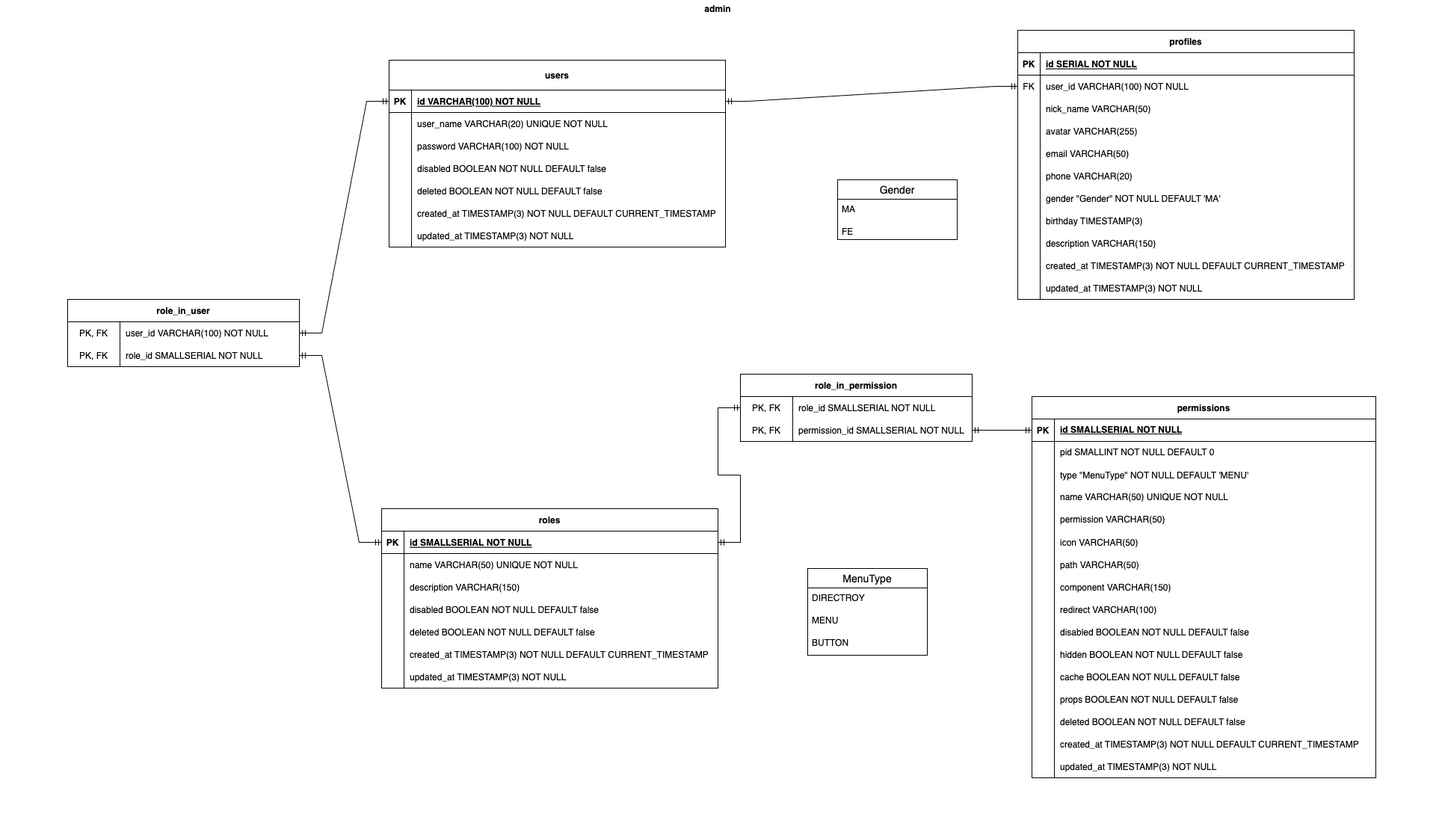
This is prisma/admin.drawio.png from wansongtao/pure-admin-backend, a draw.io export, as it was before one commit. Source tidied: cells renumbered, new cells last; positions are measured from the earlier drawing's top-left corner, leaving out a move shared by most shapes.
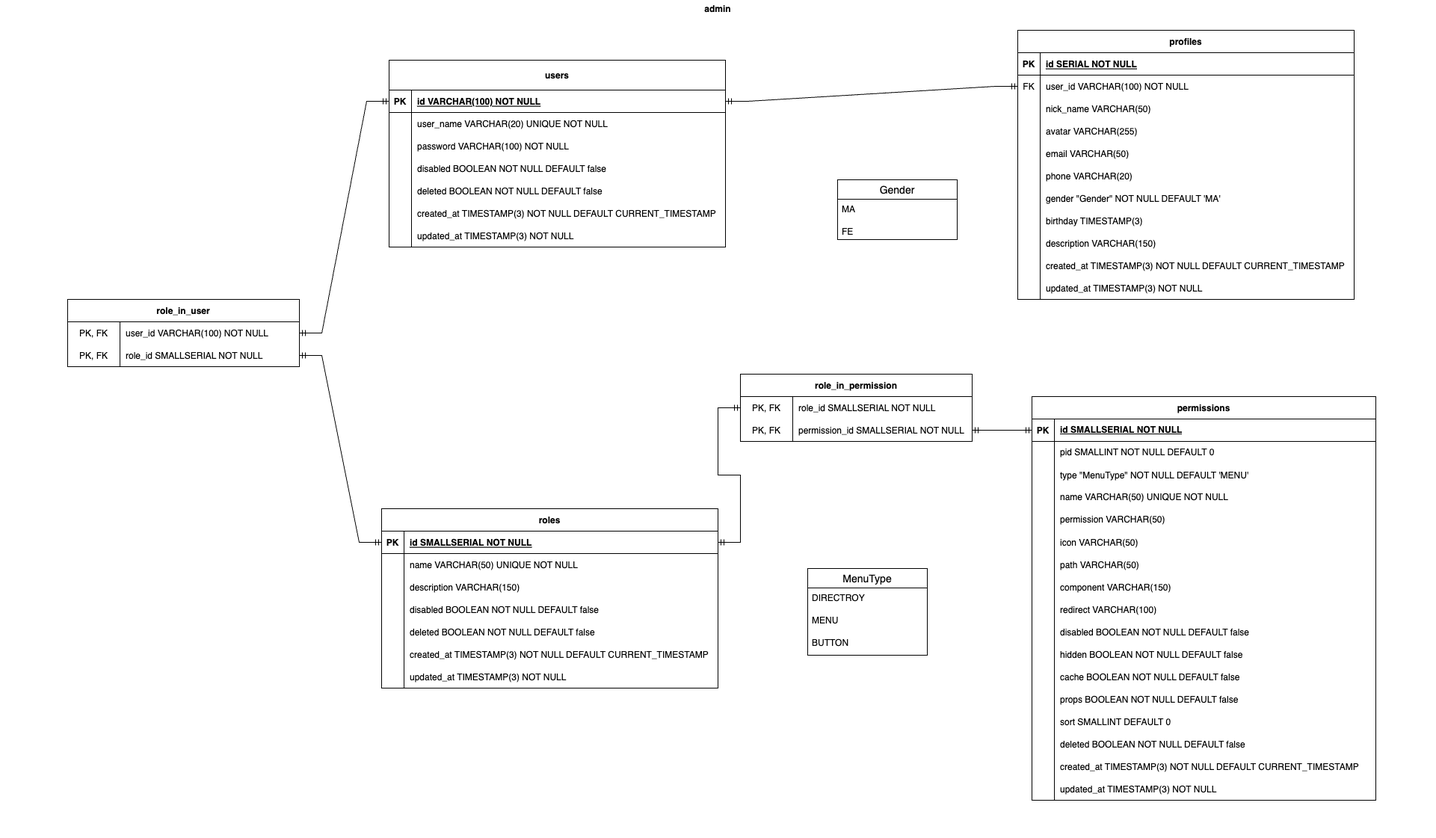
Later version of the same file.

What changed in the source:
```diff
@@ -267,7 +267,7 @@
       <mxGeometry relative="1" as="geometry" />
     </mxCell>
     <mxCell id="90" value="permissions" style="shape=table;startSize=30;rowLines=0;fontStyle=1;align=center;rounded=0;" parent="1" vertex="1">
-      <mxGeometry x="1380" y="530" width="460" height="510" as="geometry" />
+      <mxGeometry x="1380" y="530" width="460" height="540" as="geometry" />
     </mxCell>
     <mxCell id="91" style="shape=tableRow;horizontal=0;startSize=0;swimlaneHead=0;swimlaneBody=0;fillColor=none;points=[[0,0.5],[1,0.5]];portConstraint=eastwest;top=0;left=0;right=0;bottom=1;rounded=0;" parent="90" vertex="1">
       <mxGeometry y="30" width="460" height="30" as="geometry" />
@@ -386,8 +386,17 @@
     <mxCell id="129" value="props BOOLEAN NOT NULL DEFAULT false" style="shape=partialRectangle;overflow=hidden;fillColor=none;align=left;top=0;left=0;bottom=0;right=0;spacingLeft=6;rounded=0;" parent="127" vertex="1">
       <mxGeometry x="30" width="430" height="30" as="geometry" />
     </mxCell>
+    <mxCell id="156" style="shape=tableRow;horizontal=0;startSize=0;swimlaneHead=0;swimlaneBody=0;fillColor=none;top=0;left=0;right=0;bottom=0;" parent="90" vertex="1">
+      <mxGeometry y="420" width="460" height="30" as="geometry" />
+    </mxCell>
+    <mxCell id="157" style="shape=partialRectangle;fillColor=none;top=0;left=0;bottom=0;right=0;overflow=hidden;" parent="156" vertex="1">
+      <mxGeometry width="30" height="30" as="geometry" />
+    </mxCell>
+    <mxCell id="158" value="sort SMALLINT DEFAULT 0" style="shape=partialRectangle;fillColor=none;top=0;left=0;bottom=0;right=0;align=left;spacingLeft=6;overflow=hidden;" parent="156" vertex="1">
+      <mxGeometry x="30" width="430" height="30" as="geometry" />
+    </mxCell>
     <mxCell id="130" style="shape=tableRow;horizontal=0;startSize=0;swimlaneHead=0;swimlaneBody=0;fillColor=none;top=0;left=0;right=0;bottom=0;rounded=0;" parent="90" vertex="1">
-      <mxGeometry y="420" width="460" height="30" as="geometry" />
+      <mxGeometry y="450" width="460" height="30" as="geometry" />
     </mxCell>
     <mxCell id="131" style="shape=partialRectangle;overflow=hidden;fillColor=none;top=0;left=0;bottom=0;right=0;rounded=0;" parent="130" vertex="1">
       <mxGeometry width="30" height="30" as="geometry" />
@@ -396,7 +405,7 @@
       <mxGeometry x="30" width="430" height="30" as="geometry" />
     </mxCell>
     <mxCell id="133" style="shape=tableRow;horizontal=0;startSize=0;swimlaneHead=0;swimlaneBody=0;fillColor=none;top=0;left=0;right=0;bottom=0;rounded=0;" parent="90" vertex="1">
-      <mxGeometry y="450" width="460" height="30" as="geometry" />
+      <mxGeometry y="480" width="460" height="30" as="geometry" />
     </mxCell>
     <mxCell id="134" style="shape=partialRectangle;overflow=hidden;fillColor=none;top=0;left=0;bottom=0;right=0;rounded=0;" parent="133" vertex="1">
       <mxGeometry width="30" height="30" as="geometry" />
@@ -405,7 +414,7 @@
       <mxGeometry x="30" width="430" height="30" as="geometry" />
     </mxCell>
     <mxCell id="136" style="shape=tableRow;horizontal=0;startSize=0;swimlaneHead=0;swimlaneBody=0;fillColor=none;top=0;left=0;right=0;bottom=0;rounded=0;" parent="90" vertex="1">
-      <mxGeometry y="480" width="460" height="30" as="geometry" />
+      <mxGeometry y="510" width="460" height="30" as="geometry" />
     </mxCell>
     <mxCell id="137" style="shape=partialRectangle;overflow=hidden;fillColor=none;top=0;left=0;bottom=0;right=0;rounded=0;" parent="136" vertex="1">
       <mxGeometry width="30" height="30" as="geometry" />
```
